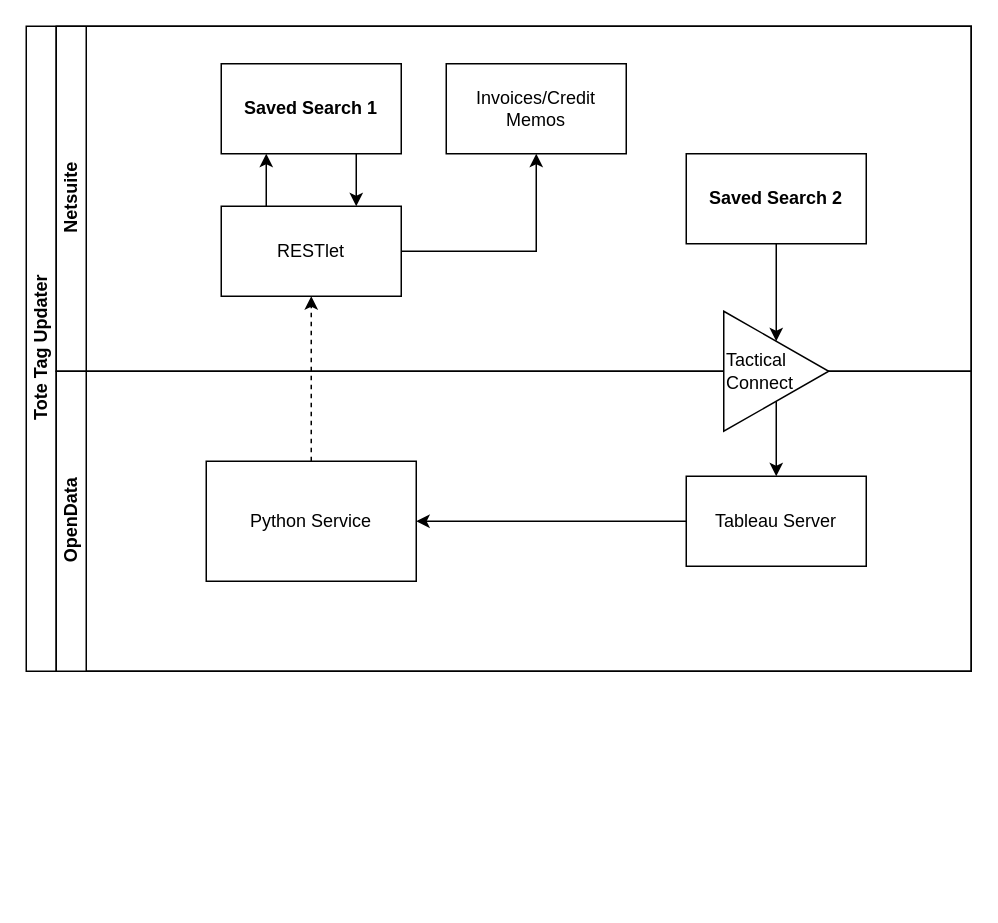
This is ToteTagUpdater.drawio from Nelbrenn/Diagrams, a draw.io file, before an edit. Source tidied: cells renumbered, new cells numbered last; positions are measured from the earlier drawing's top-left corner, leaving out a move shared by most shapes. Both pictures are drawn from the tidied source at 150%, with x=0, y=0 at pixel (26, 26).
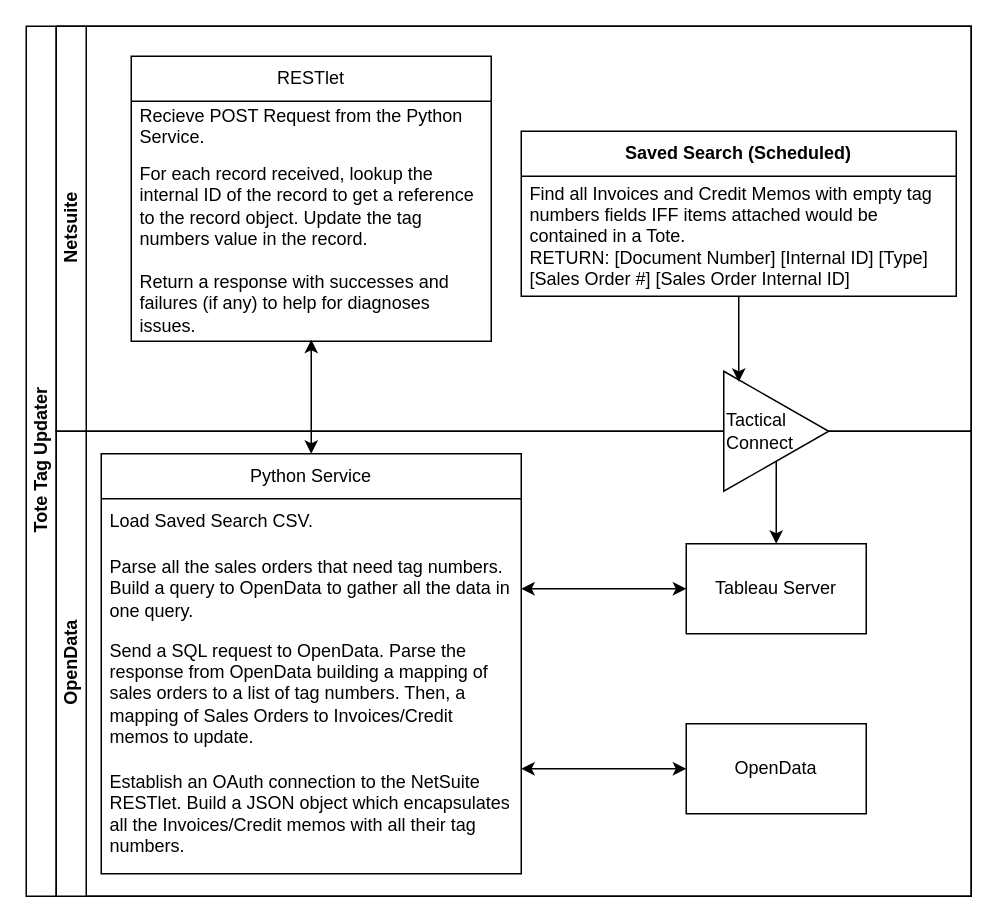
After the change.

Unchanged cells that the change refers to:
```xml
<mxCell id="16" value="&lt;div align=&quot;left&quot;&gt;Tactical Connect&lt;/div&gt;" style="triangle;whiteSpace=wrap;html=1;align=left;" parent="11" vertex="1">
  <mxGeometry x="445" y="-40" width="70" height="80" as="geometry" />
</mxCell>
```

Diff of the diagram source:
```diff
@@
     <mxCell id="2" value="Tote Tag Updater" style="swimlane;html=1;horizontal=0;startSize=20;" parent="1" vertex="1">
-      <mxGeometry width="630" height="430" as="geometry" />
+      <mxGeometry width="630" height="580" as="geometry" />
     </mxCell>
     <mxCell id="3" value="&lt;div&gt;Netsuite&lt;/div&gt;" style="swimlane;html=1;startSize=20;horizontal=0;" parent="2" vertex="1">
-      <mxGeometry x="20" width="610" height="230" as="geometry" />
+      <mxGeometry x="20" width="610" height="270" as="geometry" />
     </mxCell>
-    <mxCell id="4" style="edgeStyle=orthogonalEdgeStyle;rounded=0;jettySize=auto;html=1;exitX=0.75;exitY=1;exitDx=0;exitDy=0;entryX=0.75;entryY=0;entryDx=0;entryDy=0;" parent="3" edge="1" source="5" target="9">
-      <mxGeometry relative="1" as="geometry" />
-    </mxCell>
-    <mxCell id="5" value="&lt;b&gt;Saved Search 1&lt;br&gt;&lt;/b&gt;" style="rounded=0;whiteSpace=wrap;html=1;" parent="3" vertex="1">
-      <mxGeometry x="110" y="25" width="120" height="60" as="geometry" />
-    </mxCell>
-    <mxCell id="6" value="&lt;b&gt;Saved Search 2&lt;br&gt;&lt;/b&gt;" style="rounded=0;whiteSpace=wrap;html=1;" parent="3" vertex="1">
-      <mxGeometry x="420" y="85" width="120" height="60" as="geometry" />
-    </mxCell>
-    <mxCell id="7" style="edgeStyle=orthogonalEdgeStyle;rounded=0;jettySize=auto;html=1;exitX=0.25;exitY=0;exitDx=0;exitDy=0;entryX=0.25;entryY=1;entryDx=0;entryDy=0;" parent="3" edge="1" source="9" target="5">
-      <mxGeometry relative="1" as="geometry" />
-    </mxCell>
-    <mxCell id="8" style="edgeStyle=orthogonalEdgeStyle;rounded=0;jettySize=auto;html=1;exitX=1;exitY=0.5;exitDx=0;exitDy=0;entryX=0.5;entryY=1;entryDx=0;entryDy=0;" parent="3" edge="1" source="9" target="10">
-      <mxGeometry relative="1" as="geometry" />
-    </mxCell>
-    <mxCell id="9" value="RESTlet" style="rounded=0;whiteSpace=wrap;html=1;" parent="3" vertex="1">
-      <mxGeometry x="110" y="120" width="120" height="60" as="geometry" />
+    <mxCell id="9" value="RESTlet" style="swimlane;fontStyle=0;horizontal=1;startSize=30;whiteSpace=wrap;html=1;" parent="3" vertex="1">
+      <mxGeometry x="50" y="20" width="240" height="190" as="geometry" />
     </mxCell>
-    <mxCell id="10" value="Invoices/Credit Memos" style="rounded=0;whiteSpace=wrap;html=1;" parent="3" vertex="1">
-      <mxGeometry x="260" y="25" width="120" height="60" as="geometry" />
-    </mxCell>
+    <mxCell id="19" value="Recieve POST Request from the Python Service." style="text;strokeColor=none;fillColor=none;align=left;verticalAlign=middle;spacingLeft=4;spacingRight=4;overflow=hidden;whiteSpace=wrap;html=1;" parent="9" vertex="1">
+      <mxGeometry y="30" width="240" height="30" as="geometry" />
+    </mxCell>
+    <mxCell id="20" value="For each record received, lookup the internal ID of the record to get a reference to the record object. Update the tag numbers value in the record. " style="text;strokeColor=none;fillColor=none;align=left;verticalAlign=middle;spacingLeft=4;spacingRight=4;overflow=hidden;whiteSpace=wrap;html=1;" parent="9" vertex="1">
+      <mxGeometry y="60" width="240" height="80" as="geometry" />
+    </mxCell>
+    <mxCell id="21" value="Return a response with successes and failures (if any) to help for diagnoses issues." style="text;strokeColor=none;fillColor=none;align=left;verticalAlign=middle;spacingLeft=4;spacingRight=4;overflow=hidden;points=[[0,0.5],[1,0.5]];portConstraint=eastwest;whiteSpace=wrap;html=1;" parent="9" vertex="1">
+      <mxGeometry y="140" width="240" height="50" as="geometry" />
+    </mxCell>
+    <mxCell id="22" value="Saved Search (Scheduled)" style="swimlane;horizontal=1;startSize=30;whiteSpace=wrap;html=1;" parent="3" vertex="1">
+      <mxGeometry x="310" y="70" width="290" height="110" as="geometry" />
+    </mxCell>
+    <mxCell id="23" value="Find all Invoices and Credit Memos with empty tag numbers fields IFF items attached would be contained in a Tote.&lt;br&gt;RETURN: [Document Number] [Internal ID] [Type] [Sales Order #] [Sales Order Internal ID]" style="text;strokeColor=none;fillColor=none;align=left;verticalAlign=middle;spacingLeft=4;spacingRight=4;overflow=hidden;whiteSpace=wrap;html=1;" parent="22" vertex="1">
+      <mxGeometry y="30" width="290" height="80" as="geometry" />
+    </mxCell>
     <mxCell id="11" value="&lt;div&gt;OpenData&lt;/div&gt;" style="swimlane;html=1;startSize=20;horizontal=0;" parent="2" vertex="1">
-      <mxGeometry x="20" y="230" width="610" height="200" as="geometry" />
+      <mxGeometry x="20" y="270" width="610" height="310" as="geometry" />
     </mxCell>
-    <mxCell id="12" value="Python Service" style="rounded=0;whiteSpace=wrap;html=1;" parent="11" vertex="1">
-      <mxGeometry x="100" y="60" width="140" height="80" as="geometry" />
-    </mxCell>
-    <mxCell id="13" style="edgeStyle=orthogonalEdgeStyle;rounded=0;jettySize=auto;html=1;exitX=0;exitY=0.5;exitDx=0;exitDy=0;entryX=1;entryY=0.5;entryDx=0;entryDy=0;" parent="11" edge="1" source="14" target="12">
-      <mxGeometry relative="1" as="geometry" />
-    </mxCell>
     <mxCell id="14" value="Tableau Server" style="rounded=0;whiteSpace=wrap;html=1;" parent="11" vertex="1">
-      <mxGeometry x="420" y="70" width="120" height="60" as="geometry" />
+      <mxGeometry x="420" y="75" width="120" height="60" as="geometry" />
     </mxCell>
@@
-    <mxCell id="17" style="edgeStyle=orthogonalEdgeStyle;rounded=0;jettySize=auto;html=1;exitX=0.5;exitY=1;exitDx=0;exitDy=0;entryX=0.5;entryY=0;entryDx=0;entryDy=0;" parent="2" edge="1" source="6" target="16">
-      <mxGeometry relative="1" as="geometry" />
-    </mxCell>
-    <mxCell id="18" style="edgeStyle=orthogonalEdgeStyle;rounded=0;jettySize=auto;html=1;exitX=0.5;exitY=0;exitDx=0;exitDy=0;entryX=0.5;entryY=1;entryDx=0;entryDy=0;dashed=1;" parent="2" edge="1" source="12" target="9">
-      <mxGeometry relative="1" as="geometry" />
-    </mxCell>
+    <mxCell id="24" value="OpenData" style="rounded=0;whiteSpace=wrap;html=1;" parent="11" vertex="1">
+      <mxGeometry x="420" y="195" width="120" height="60" as="geometry" />
+    </mxCell>
+    <mxCell id="25" style="edgeStyle=orthogonalEdgeStyle;rounded=0;jettySize=auto;html=1;exitX=1;exitY=0.75;exitDx=0;exitDy=0;entryX=0;entryY=0.5;entryDx=0;entryDy=0;startArrow=classic;startFill=1;" parent="11" edge="1" source="12" target="24">
+      <mxGeometry relative="1" as="geometry" />
+    </mxCell>
+    <mxCell id="12" value="Python Service" style="swimlane;fontStyle=0;horizontal=1;startSize=30;whiteSpace=wrap;html=1;" parent="11" vertex="1">
+      <mxGeometry x="30" y="15" width="280" height="280" as="geometry" />
+    </mxCell>
+    <mxCell id="26" value="Load Saved Search CSV." style="text;strokeColor=none;fillColor=none;align=left;verticalAlign=middle;spacingLeft=4;spacingRight=4;overflow=hidden;whiteSpace=wrap;html=1;" parent="12" vertex="1">
+      <mxGeometry y="30" width="280" height="30" as="geometry" />
+    </mxCell>
+    <mxCell id="27" value="Parse all the sales orders that need tag numbers. Build a query to OpenData to gather all the data in one query." style="text;strokeColor=none;fillColor=none;align=left;verticalAlign=middle;spacingLeft=4;spacingRight=4;overflow=hidden;points=[[0,0.5],[1,0.5]];portConstraint=eastwest;whiteSpace=wrap;html=1;" parent="12" vertex="1">
+      <mxGeometry y="60" width="280" height="60" as="geometry" />
+    </mxCell>
+    <mxCell id="28" value="Send a SQL request to OpenData. Parse the response from OpenData building a mapping of sales orders to a list of tag numbers. Then, a mapping of Sales Orders to Invoices/Credit memos to update." style="text;strokeColor=none;fillColor=none;align=left;verticalAlign=middle;spacingLeft=4;spacingRight=4;overflow=hidden;whiteSpace=wrap;html=1;" parent="12" vertex="1">
+      <mxGeometry y="120" width="280" height="80" as="geometry" />
+    </mxCell>
+    <mxCell id="29" value="Establish an OAuth connection to the NetSuite RESTlet. Build a JSON object which encapsulates all the Invoices/Credit memos with all their tag numbers. " style="text;strokeColor=none;fillColor=none;align=left;verticalAlign=middle;spacingLeft=4;spacingRight=4;overflow=hidden;whiteSpace=wrap;html=1;" parent="12" vertex="1">
+      <mxGeometry y="200" width="280" height="80" as="geometry" />
+    </mxCell>
+    <mxCell id="30" style="edgeStyle=orthogonalEdgeStyle;rounded=0;jettySize=auto;html=1;exitX=1;exitY=0.5;exitDx=0;exitDy=0;entryX=0;entryY=0.5;entryDx=0;entryDy=0;startArrow=classic;startFill=1;" parent="11" edge="1" source="27" target="14">
+      <mxGeometry relative="1" as="geometry" />
+    </mxCell>
+    <mxCell id="31" style="edgeStyle=orthogonalEdgeStyle;rounded=0;jettySize=auto;html=1;exitX=0.5;exitY=0;exitDx=0;exitDy=0;entryX=0.5;entryY=0.98;entryDx=0;entryDy=0;entryPerimeter=0;startArrow=classic;startFill=1;" parent="2" edge="1" source="12" target="21">
+      <mxGeometry relative="1" as="geometry" />
+    </mxCell>
+    <mxCell id="32" style="edgeStyle=orthogonalEdgeStyle;rounded=0;jettySize=auto;html=1;exitX=0.5;exitY=1;exitDx=0;exitDy=0;entryX=0.143;entryY=0.088;entryDx=0;entryDy=0;entryPerimeter=0;" parent="2" edge="1" source="22" target="16">
+      <mxGeometry relative="1" as="geometry" />
+    </mxCell>
```
